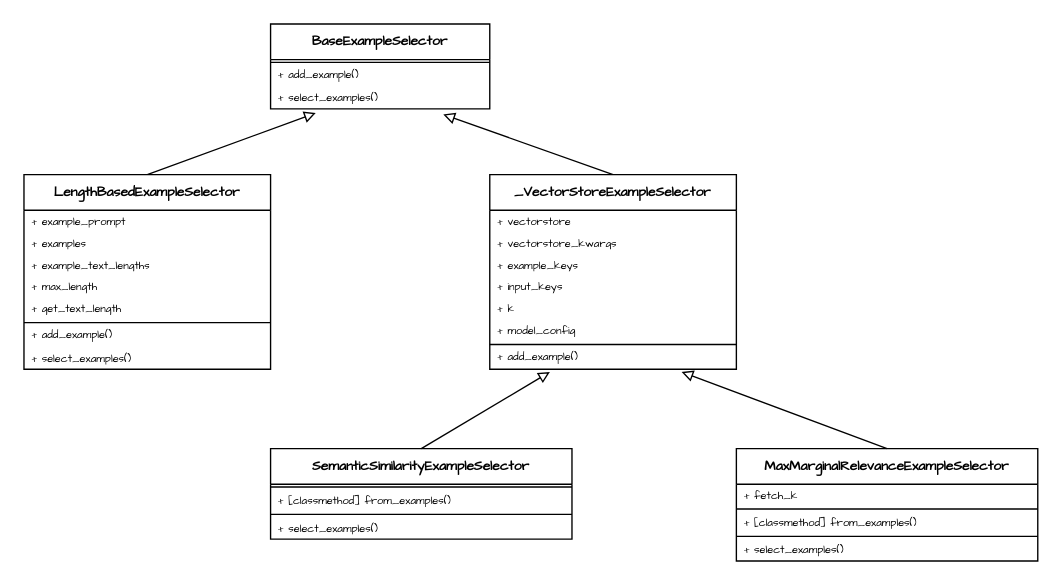
Above: page "ExampleSelector" (5 of 8) of Draw_Files/langchain.drawio in wangmu0115/WangMu (draw.io), before the change. Source tidied: cells renumbered, new cells numbered last; positions are measured from the earlier drawing's top-left corner, leaving out a move shared by most shapes. Both pictures are drawn from the tidied source at 137%, with x=0, y=0 at pixel (23, 23).
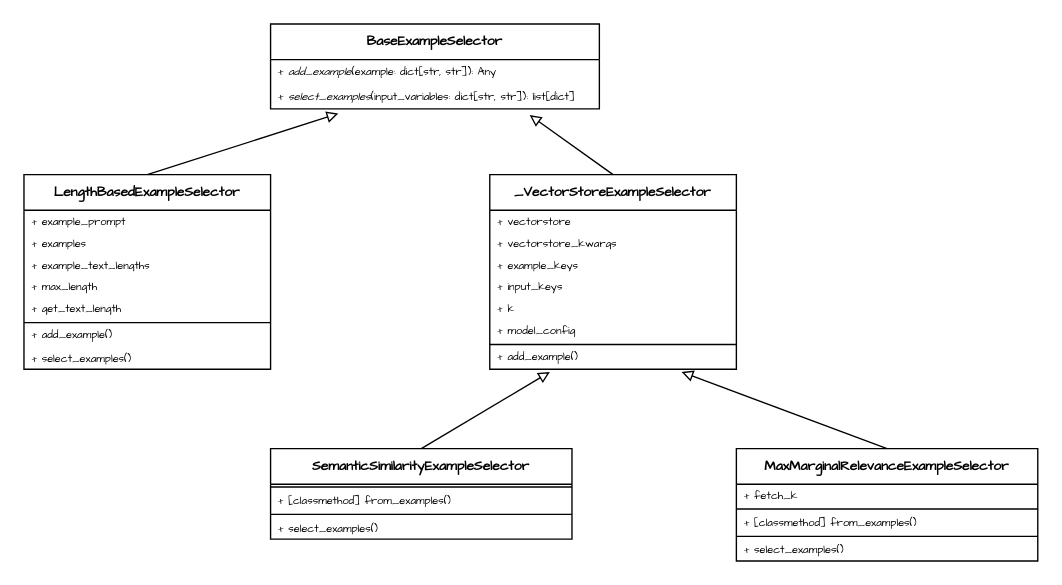
Above is the later version.

Change to the diagram source:
```diff
@@
     <mxCell id="4" value="BaseExampleSelector" style="swimlane;fontStyle=1;align=center;verticalAlign=top;horizontal=1;startSize=26;whiteSpace=wrap;html=1;fontFamily=Comic Sans MS;fontSize=10;" parent="1" vertex="1">
-      <mxGeometry x="180" width="160" height="62" as="geometry" />
+      <mxGeometry x="180" width="240" height="62" as="geometry" />
     </mxCell>
-    <mxCell id="5" style="line;strokeWidth=1;fillColor=none;align=left;verticalAlign=middle;spacingTop=-1;spacingLeft=3;spacingRight=3;labelPosition=right;strokeColor=inherit;fontFamily=Comic Sans MS;" parent="4" vertex="1">
-      <mxGeometry y="26" width="160" height="4" as="geometry" />
-    </mxCell>
-    <mxCell id="6" value="+ add_example()&lt;div&gt;&amp;nbsp;&lt;/div&gt;" style="text;strokeColor=none;fillColor=none;align=left;verticalAlign=middle;spacingLeft=4;spacingRight=4;overflow=hidden;whiteSpace=wrap;html=1;fontFamily=Comic Sans MS;fontSize=8;" parent="4" vertex="1">
-      <mxGeometry y="30" width="160" height="16" as="geometry" />
+    <mxCell id="6" value="+ &lt;i&gt;add_example&lt;/i&gt;(example: dict[str, str]): Any" style="text;strokeColor=none;fillColor=none;align=left;verticalAlign=middle;spacingLeft=4;spacingRight=4;overflow=hidden;whiteSpace=wrap;html=1;fontFamily=Comic Sans MS;fontSize=8;" parent="4" vertex="1">
+      <mxGeometry y="26" width="240" height="18" as="geometry" />
     </mxCell>
-    <mxCell id="7" value="+ select_examples()" style="text;strokeColor=none;fillColor=none;align=left;verticalAlign=middle;spacingLeft=4;spacingRight=4;overflow=hidden;points=[[0,0.5],[1,0.5]];portConstraint=eastwest;whiteSpace=wrap;html=1;fontFamily=Comic Sans MS;fontSize=8;" parent="4" vertex="1">
-      <mxGeometry y="46" width="160" height="16" as="geometry" />
+    <mxCell id="7" value="+ &lt;i&gt;select_examples&lt;/i&gt;(input_variables: dict[str, str]):&amp;nbsp;list[dict]" style="text;strokeColor=none;fillColor=none;align=left;verticalAlign=middle;spacingLeft=4;spacingRight=4;overflow=hidden;points=[[0,0.5],[1,0.5]];portConstraint=eastwest;whiteSpace=wrap;html=1;fontFamily=Comic Sans MS;fontSize=8;" parent="4" vertex="1">
+      <mxGeometry y="44" width="240" height="18" as="geometry" />
     </mxCell>
```
